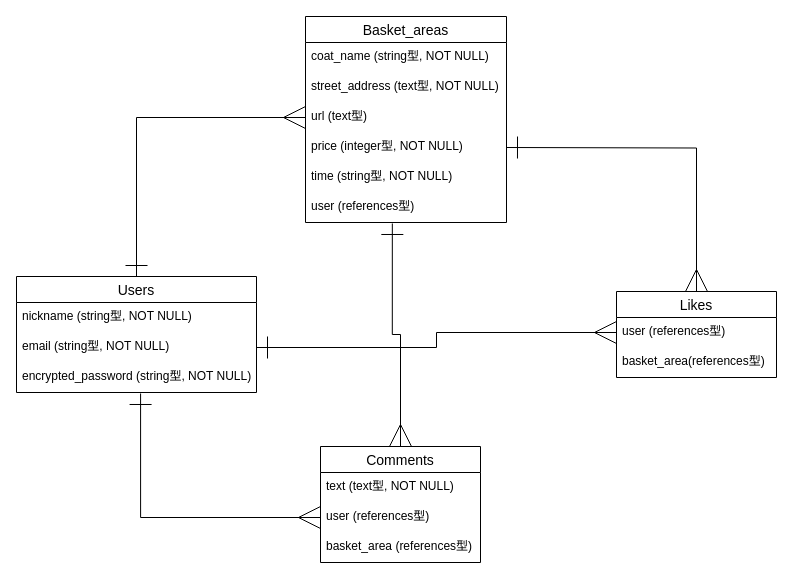
The draw.io diagram ER.dio in kurage0516/basket-coat-post, before the edit. Source tidied: cells renumbered, new cells numbered last; positions are measured from the earlier drawing's top-left corner, leaving out a move shared by most shapes. Both pictures are drawn from the tidied source at 100%, with x=0, y=0 at pixel (16, 16).
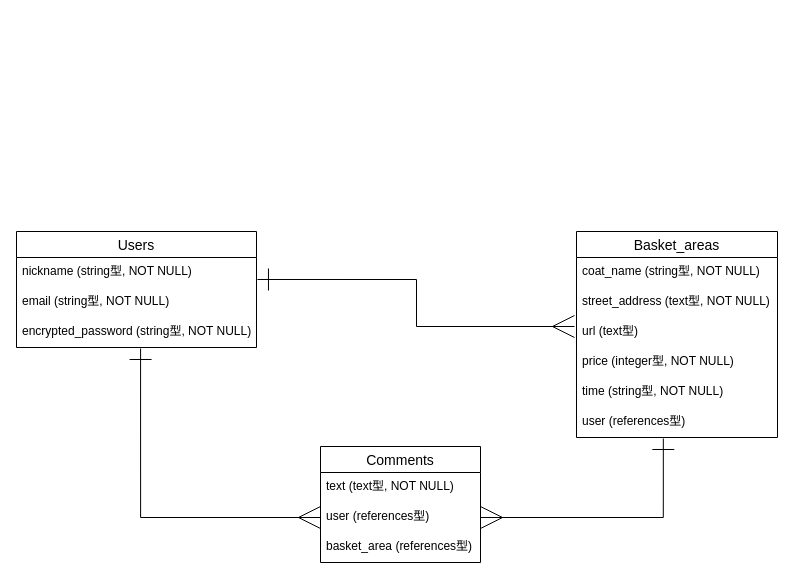
The same diagram, later.

Unchanged cells that the change refers to:
```xml
<mxCell id="4" value="nickname (string型, NOT NULL)" style="text;strokeColor=none;fillColor=none;spacingLeft=4;spacingRight=4;overflow=hidden;points=[[0,0.5],[1,0.5]];portConstraint=eastwest;fontSize=12;" parent="3" vertex="1">
  <mxGeometry y="26" width="240" height="30" as="geometry" />
</mxCell>
<mxCell id="5" value="email (string型, NOT NULL)" style="text;strokeColor=none;fillColor=none;spacingLeft=4;spacingRight=4;overflow=hidden;points=[[0,0.5],[1,0.5]];portConstraint=eastwest;fontSize=12;" parent="3" vertex="1">
  <mxGeometry y="56" width="240" height="30" as="geometry" />
</mxCell>
<mxCell id="10" value="url (text型)" style="text;strokeColor=none;fillColor=none;spacingLeft=4;spacingRight=4;overflow=hidden;points=[[0,0.5],[1,0.5]];portConstraint=eastwest;fontSize=12;" parent="7" vertex="1">
  <mxGeometry y="86" width="201" height="30" as="geometry" />
</mxCell>
<mxCell id="13" value="user (references型)" style="text;strokeColor=none;fillColor=none;spacingLeft=4;spacingRight=4;overflow=hidden;points=[[0,0.5],[1,0.5]];portConstraint=eastwest;fontSize=12;" parent="7" vertex="1">
  <mxGeometry y="176" width="201" height="30" as="geometry" />
</mxCell>
<mxCell id="15" value="Comments" style="swimlane;fontStyle=0;horizontal=1;startSize=26;align=center;fontSize=14;" parent="1" vertex="1">
  <mxGeometry x="304" y="430" width="160" height="116" as="geometry" />
</mxCell>
<mxCell id="17" value="user (references型)" style="text;strokeColor=none;fillColor=none;spacingLeft=4;spacingRight=4;overflow=hidden;points=[[0,0.5],[1,0.5]];portConstraint=eastwest;fontSize=12;" parent="15" vertex="1">
  <mxGeometry y="56" width="160" height="30" as="geometry" />
</mxCell>
```

Diff of the diagram source:
```diff
@@
-    <mxCell id="2" style="edgeStyle=orthogonalEdgeStyle;rounded=0;jettySize=auto;html=1;exitX=0.5;exitY=0;exitDx=0;exitDy=0;entryX=0;entryY=0.5;entryDx=0;entryDy=0;endArrow=ERmany;endFill=0;startArrow=ERone;startFill=0;endSize=20;startSize=20;" parent="1" edge="1" source="3" target="10">
+    <mxCell id="2" style="edgeStyle=orthogonalEdgeStyle;rounded=0;jettySize=auto;html=1;exitX=1.004;exitY=0.733;exitDx=0;exitDy=0;endArrow=ERmany;endFill=0;startArrow=ERone;startFill=0;endSize=20;startSize=20;exitPerimeter=0;entryX=-0.01;entryY=0.3;entryDx=0;entryDy=0;entryPerimeter=0;" parent="1" edge="1" source="4" target="10">
       <mxGeometry relative="1" as="geometry" />
     </mxCell>
     <mxCell id="3" value="Users" style="swimlane;fontStyle=0;horizontal=1;startSize=26;align=center;fontSize=14;" parent="1" vertex="1">
-      <mxGeometry y="260" width="240" height="116" as="geometry" />
+      <mxGeometry y="215" width="240" height="116" as="geometry" />
     </mxCell>
@@
     <mxCell id="7" value="Basket_areas" style="swimlane;fontStyle=0;horizontal=1;startSize=26;align=center;fontSize=14;" parent="1" vertex="1">
-      <mxGeometry x="289" width="201" height="206" as="geometry" />
+      <mxGeometry x="560" y="215" width="201" height="206" as="geometry" />
     </mxCell>
@@
-    <mxCell id="14" style="edgeStyle=orthogonalEdgeStyle;rounded=0;jettySize=auto;html=1;exitX=0.5;exitY=0;exitDx=0;exitDy=0;entryX=0.432;entryY=1.033;entryDx=0;entryDy=0;entryPerimeter=0;startArrow=ERmany;startFill=0;startSize=20;endArrow=ERone;endFill=0;endSize=20;" parent="1" edge="1" source="15" target="13">
+    <mxCell id="14" style="edgeStyle=orthogonalEdgeStyle;rounded=0;jettySize=auto;html=1;exitX=1;exitY=0.5;exitDx=0;exitDy=0;entryX=0.432;entryY=1.033;entryDx=0;entryDy=0;entryPerimeter=0;startArrow=ERmany;startFill=0;startSize=20;endArrow=ERone;endFill=0;endSize=20;" parent="1" edge="1" source="17" target="13">
       <mxGeometry relative="1" as="geometry" />
     </mxCell>
@@
-    <mxCell id="19" value="Likes" style="swimlane;fontStyle=0;horizontal=1;startSize=26;align=center;fontSize=14;" parent="1" vertex="1">
-      <mxGeometry x="600" y="275" width="160" height="86" as="geometry" />
-    </mxCell>
-    <mxCell id="20" value="user (references型)" style="text;strokeColor=none;fillColor=none;spacingLeft=4;spacingRight=4;overflow=hidden;points=[[0,0.5],[1,0.5]];portConstraint=eastwest;fontSize=12;" parent="19" vertex="1">
-      <mxGeometry y="26" width="160" height="30" as="geometry" />
-    </mxCell>
-    <mxCell id="21" value="basket_area(references型)" style="text;strokeColor=none;fillColor=none;spacingLeft=4;spacingRight=4;overflow=hidden;fontSize=12;" parent="19" vertex="1">
-      <mxGeometry y="56" width="160" height="30" as="geometry" />
-    </mxCell>
-    <mxCell id="22" style="edgeStyle=orthogonalEdgeStyle;rounded=0;jettySize=auto;html=1;exitX=1;exitY=0.5;exitDx=0;exitDy=0;entryX=0;entryY=0.5;entryDx=0;entryDy=0;startArrow=ERone;startFill=0;startSize=20;endArrow=ERmany;endFill=0;endSize=20;" parent="1" edge="1" source="5" target="20">
-      <mxGeometry relative="1" as="geometry" />
-    </mxCell>
@@
-    <mxCell id="24" style="edgeStyle=orthogonalEdgeStyle;rounded=0;jettySize=auto;html=1;entryX=0.5;entryY=0;entryDx=0;entryDy=0;startArrow=ERone;startFill=0;startSize=20;endArrow=ERmany;endFill=0;endSize=20;" parent="1" edge="1" target="19">
-      <mxGeometry relative="1" as="geometry">
-        <mxPoint x="490" y="131" as="sourcePoint" />
-      </mxGeometry>
-    </mxCell>
```
